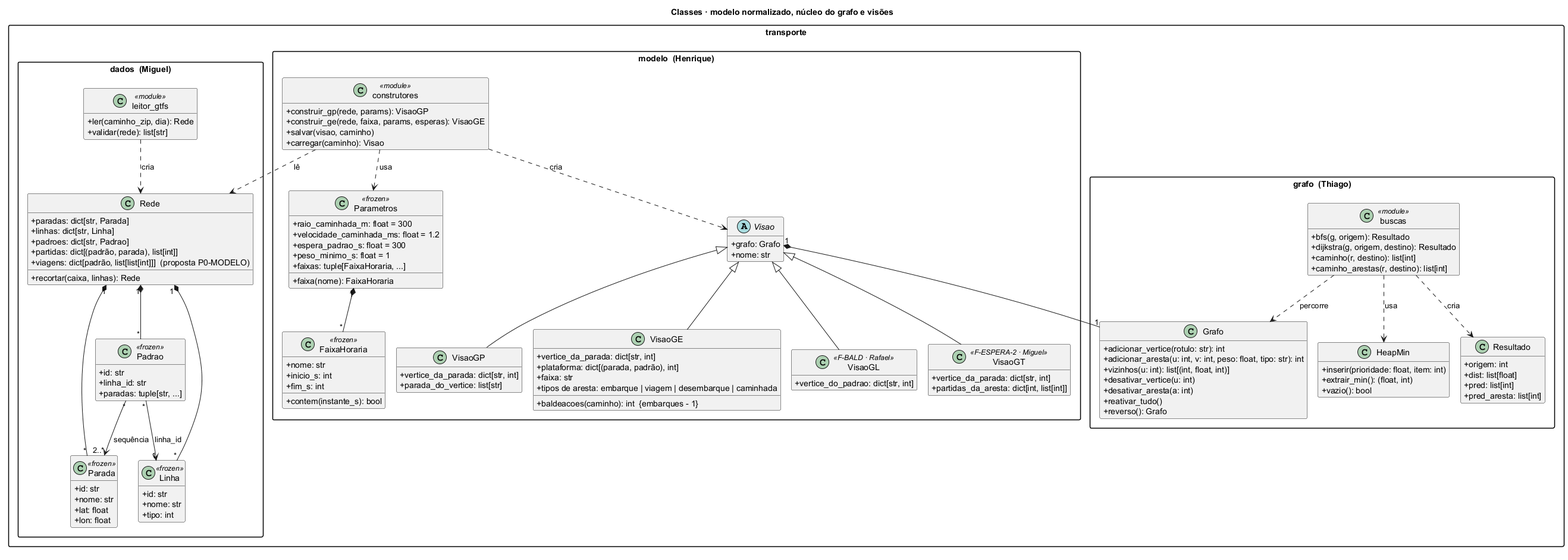
Above: docs/diagramas/classes.png in henriquegdc/grafos-transporte-bh (PlantUML), before the change.
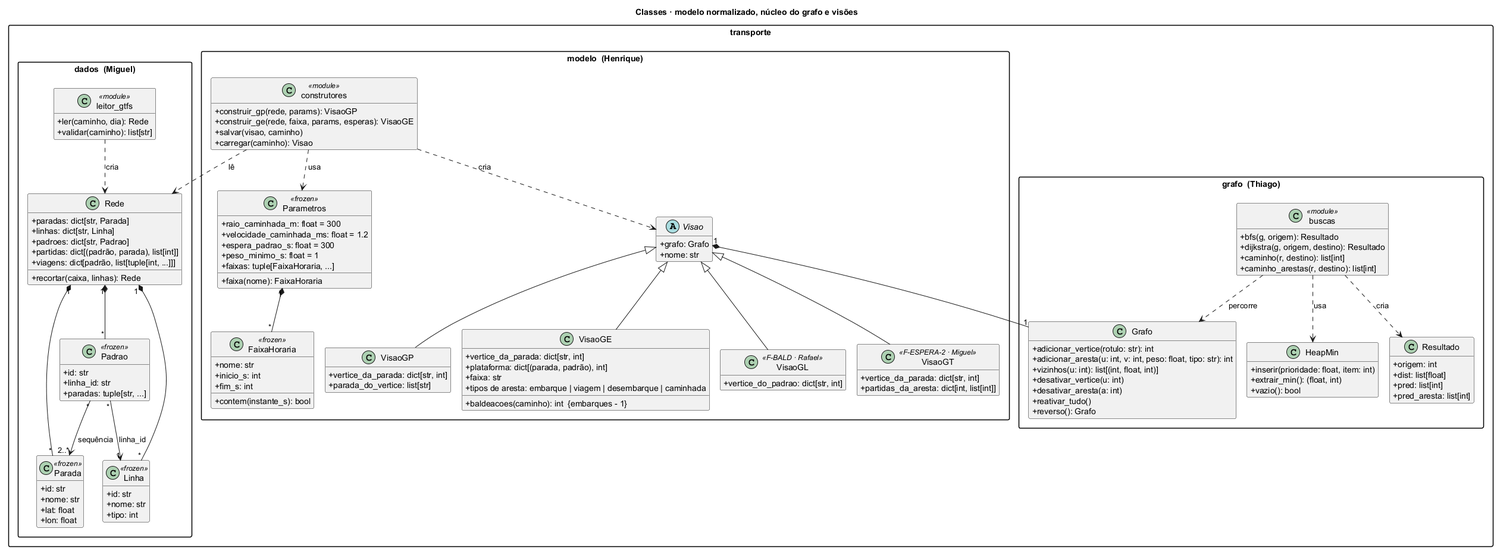
After the commit.

Change to the diagram source:
```diff
@@ -27,12 +27,12 @@
     +linhas: dict[str, Linha]
     +padroes: dict[str, Padrao]
     +{field} partidas: dict[(padrão, parada), list[int]]
-    +{field} viagens: dict[padrão, list[list[int]]]  (proposta P0-MODELO)
+    +{field} viagens: dict[padrão, list[tuple[int, ...]]]
     +recortar(caixa, linhas): Rede
   }
   class leitor_gtfs <<module>> {
-    +ler(caminho_zip, dia): Rede
-    +validar(rede): list[str]
+    +ler(caminho, dia): Rede
+    +validar(caminho): list[str]
   }
 }
 
```
